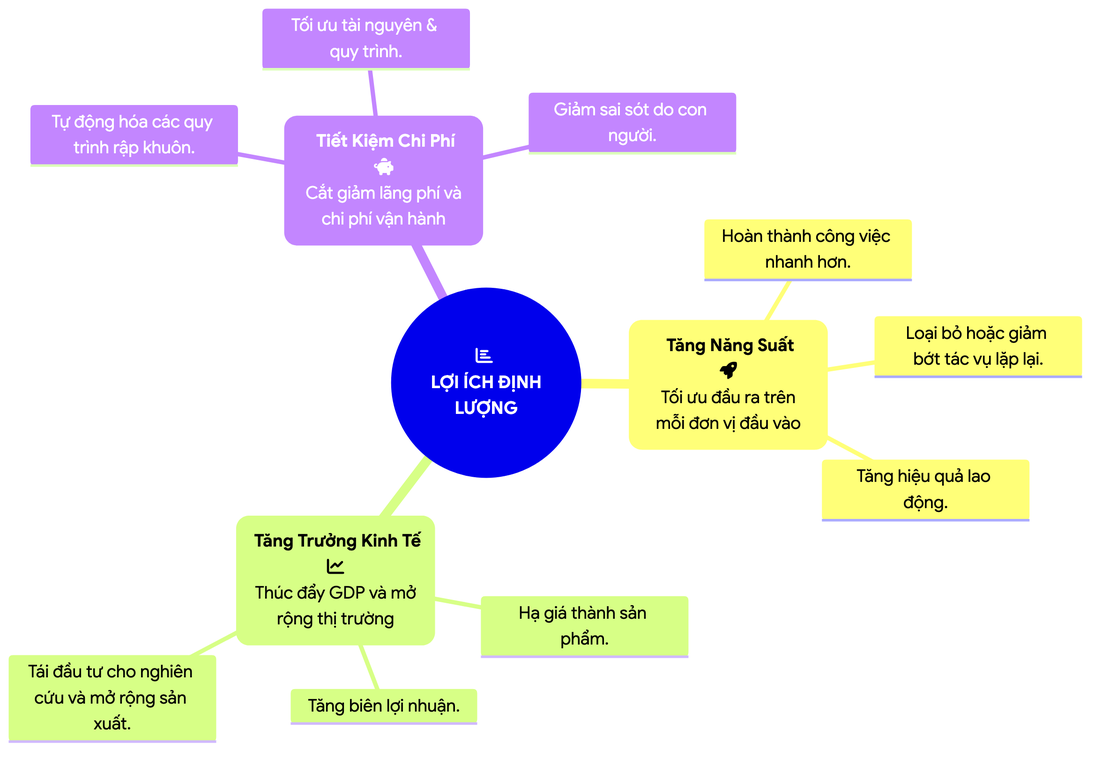
Earlier version of the Mermaid export content/diagrams/chuong04-loiichdinhluong.png (sam-uit/typst-report-template). Its source is kept beside it as content/diagrams/chuong04-loiichdinhluong.mmd. The source it was exported from:
```mermaid
---
config:
  theme: redux-color
  themeVariables:
    fontFamily: Google Sans
    fontSize: 20px
---
mindmap
root((fa:fa-chart-bar <br/> **LỢI ÍCH ĐỊNH LƯỢNG**))
  ( **Tăng Năng Suất**<br/> fa:fa-rocket <br/> Tối ưu đầu ra trên mỗi đơn vị đầu vào)
    Hoàn thành công việc nhanh hơn.
    Loại bỏ hoặc giảm bớt tác vụ lặp lại.
    Tăng hiệu quả lao động.
  ( **Tăng Trưởng Kinh Tế**<br/> fa:fa-chart-line <br/> Thúc đẩy GDP và mở rộng thị trường)
    Hạ giá thành sản phẩm.
    Tăng biên lợi nhuận.
    Tái đầu tư cho nghiên cứu và mở rộng sản xuất.
  ( **Tiết Kiệm Chi Phí**<br/> fa:fa-piggy-bank <br/> Cắt giảm lãng phí và chi phí vận hành)
    Tự động hóa các quy trình rập khuôn.
    Tối ưu tài nguyên & quy trình.
    Giảm sai sót do con người.
```
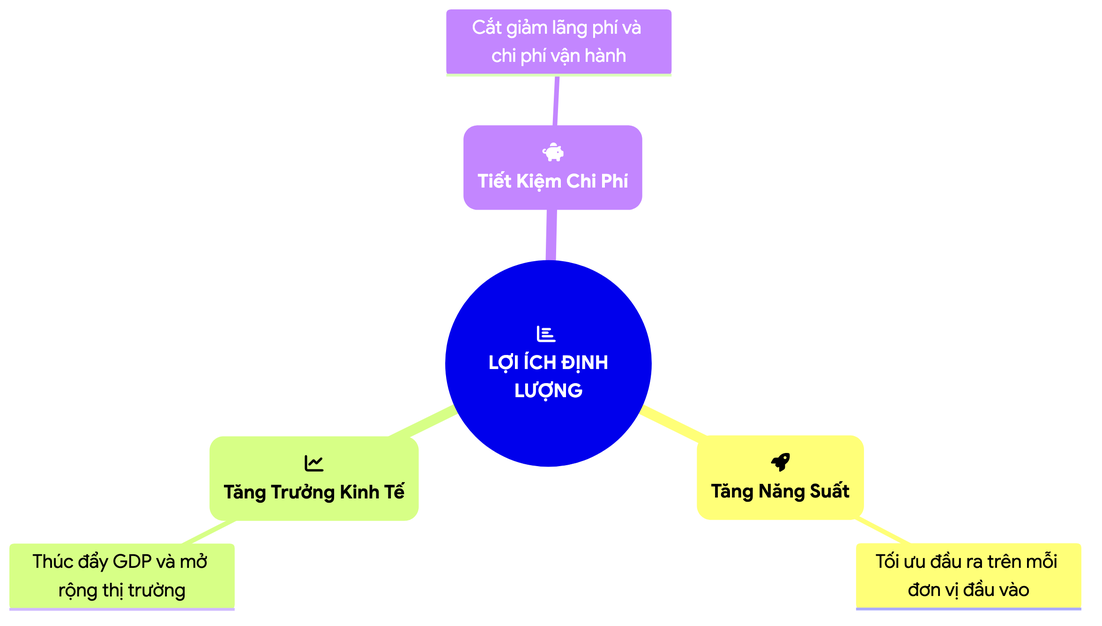
The same diagram one commit later.

The edit, as a diff of the source:
```diff
@@ -7,15 +7,9 @@
 ---
 mindmap
 root((fa:fa-chart-bar <br/> **LỢI ÍCH ĐỊNH LƯỢNG**))
-  ( **Tăng Năng Suất**<br/> fa:fa-rocket <br/> Tối ưu đầu ra trên mỗi đơn vị đầu vào)
-    Hoàn thành công việc nhanh hơn.
-    Loại bỏ hoặc giảm bớt tác vụ lặp lại.
-    Tăng hiệu quả lao động.
-  ( **Tăng Trưởng Kinh Tế**<br/> fa:fa-chart-line <br/> Thúc đẩy GDP và mở rộng thị trường)
-    Hạ giá thành sản phẩm.
-    Tăng biên lợi nhuận.
-    Tái đầu tư cho nghiên cứu và mở rộng sản xuất.
-  ( **Tiết Kiệm Chi Phí**<br/> fa:fa-piggy-bank <br/> Cắt giảm lãng phí và chi phí vận hành)
-    Tự động hóa các quy trình rập khuôn.
-    Tối ưu tài nguyên & quy trình.
-    Giảm sai sót do con người.
+  (fa:fa-rocket <br/> **Tăng Năng Suất**)
+    Tối ưu đầu ra trên mỗi đơn vị đầu vào
+  (fa:fa-chart-line <br/> **Tăng Trưởng Kinh Tế**)
+    Thúc đẩy GDP và mở rộng thị trường
+  (fa:fa-piggy-bank <br/> **Tiết Kiệm Chi Phí**)
+    Cắt giảm lãng phí và chi phí vận hành
```
